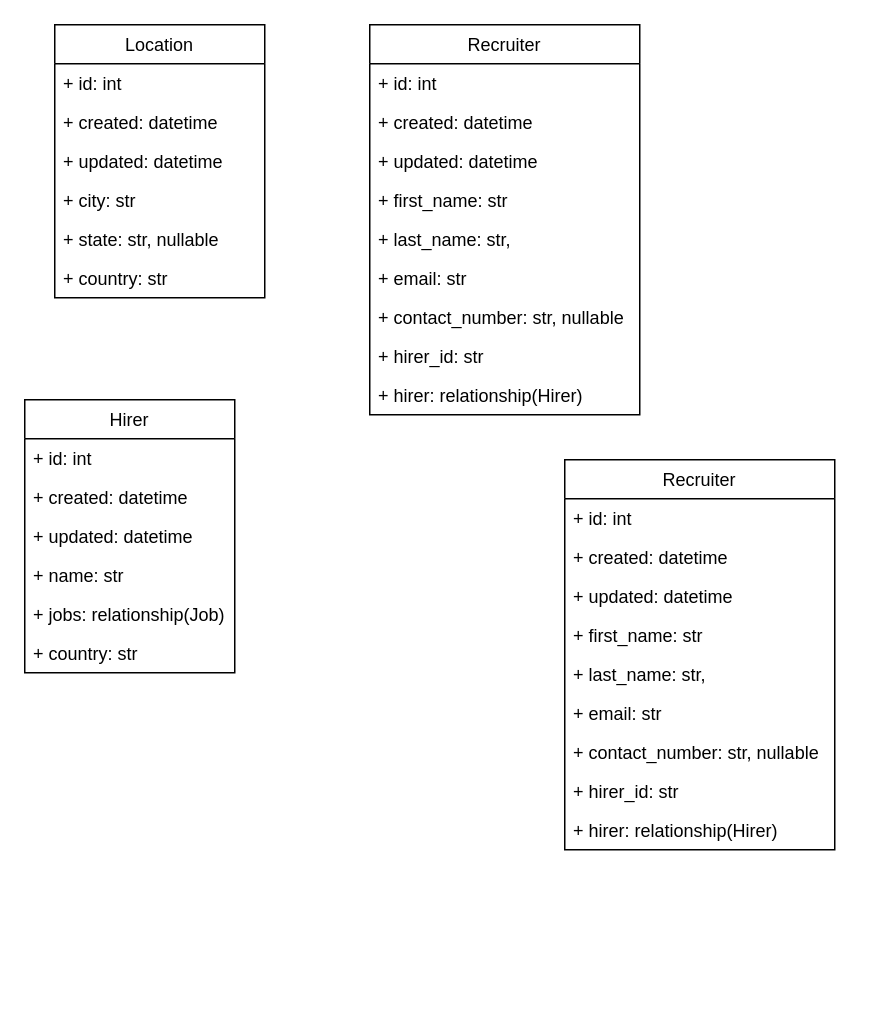
The draw.io diagram Untitled Diagram.drawio in abunuwas/conferences-images, before the edit. Source tidied: cells renumbered, new cells numbered last; positions are measured from the earlier drawing's top-left corner, leaving out a move shared by most shapes. Both pictures are drawn from the tidied source at 150%, with x=0, y=0 at pixel (24, 24).
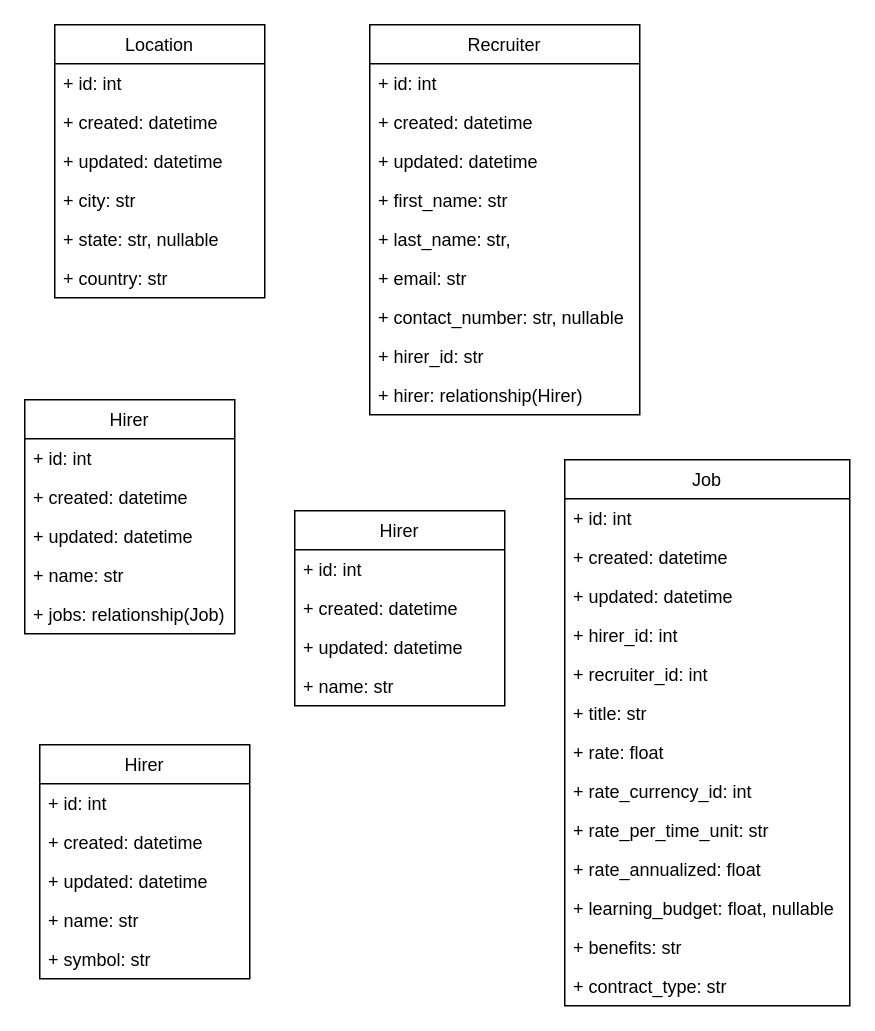
The same page after the edit.

Change to the diagram source:
```diff
@@
-    <mxCell id="19" value="Recruiter" style="swimlane;fontStyle=0;horizontal=1;startSize=26;fillColor=none;" parent="1" vertex="1">
-      <mxGeometry x="360" y="290" width="180" height="260" as="geometry" />
+    <mxCell id="19" value="Job" style="swimlane;fontStyle=0;horizontal=1;startSize=26;fillColor=none;" parent="1" vertex="1">
+      <mxGeometry x="360" y="290" width="190" height="364" as="geometry" />
     </mxCell>
     <mxCell id="20" value="+ id: int" style="text;strokeColor=none;fillColor=none;align=left;verticalAlign=top;spacingLeft=4;spacingRight=4;overflow=hidden;" parent="19" vertex="1">
-      <mxGeometry y="26" width="180" height="26" as="geometry" />
+      <mxGeometry y="26" width="190" height="26" as="geometry" />
     </mxCell>
     <mxCell id="21" value="+ created: datetime" style="text;strokeColor=none;fillColor=none;align=left;verticalAlign=top;spacingLeft=4;spacingRight=4;overflow=hidden;" parent="19" vertex="1">
-      <mxGeometry y="52" width="180" height="26" as="geometry" />
+      <mxGeometry y="52" width="190" height="26" as="geometry" />
     </mxCell>
     <mxCell id="22" value="+ updated: datetime" style="text;strokeColor=none;fillColor=none;align=left;verticalAlign=top;spacingLeft=4;spacingRight=4;overflow=hidden;" parent="19" vertex="1">
-      <mxGeometry y="78" width="180" height="26" as="geometry" />
+      <mxGeometry y="78" width="190" height="26" as="geometry" />
     </mxCell>
-    <mxCell id="23" value="+ first_name: str" style="text;strokeColor=none;fillColor=none;align=left;verticalAlign=top;spacingLeft=4;spacingRight=4;overflow=hidden;" parent="19" vertex="1">
-      <mxGeometry y="104" width="180" height="26" as="geometry" />
+    <mxCell id="23" value="+ hirer_id: int" style="text;strokeColor=none;fillColor=none;align=left;verticalAlign=top;spacingLeft=4;spacingRight=4;overflow=hidden;" parent="19" vertex="1">
+      <mxGeometry y="104" width="190" height="26" as="geometry" />
     </mxCell>
-    <mxCell id="24" value="+ last_name: str," style="text;strokeColor=none;fillColor=none;align=left;verticalAlign=top;spacingLeft=4;spacingRight=4;overflow=hidden;" parent="19" vertex="1">
-      <mxGeometry y="130" width="180" height="26" as="geometry" />
+    <mxCell id="24" value="+ recruiter_id: int" style="text;strokeColor=none;fillColor=none;align=left;verticalAlign=top;spacingLeft=4;spacingRight=4;overflow=hidden;" parent="19" vertex="1">
+      <mxGeometry y="130" width="190" height="26" as="geometry" />
     </mxCell>
-    <mxCell id="25" value="+ email: str" style="text;strokeColor=none;fillColor=none;align=left;verticalAlign=top;spacingLeft=4;spacingRight=4;overflow=hidden;" parent="19" vertex="1">
-      <mxGeometry y="156" width="180" height="26" as="geometry" />
+    <mxCell id="25" value="+ title: str" style="text;strokeColor=none;fillColor=none;align=left;verticalAlign=top;spacingLeft=4;spacingRight=4;overflow=hidden;" parent="19" vertex="1">
+      <mxGeometry y="156" width="190" height="26" as="geometry" />
     </mxCell>
-    <mxCell id="26" value="+ contact_number: str, nullable" style="text;strokeColor=none;fillColor=none;align=left;verticalAlign=top;spacingLeft=4;spacingRight=4;overflow=hidden;" parent="19" vertex="1">
-      <mxGeometry y="182" width="180" height="26" as="geometry" />
+    <mxCell id="26" value="+ rate: float" style="text;strokeColor=none;fillColor=none;align=left;verticalAlign=top;spacingLeft=4;spacingRight=4;overflow=hidden;" parent="19" vertex="1">
+      <mxGeometry y="182" width="190" height="26" as="geometry" />
     </mxCell>
-    <mxCell id="27" value="+ hirer_id: str" style="text;strokeColor=none;fillColor=none;align=left;verticalAlign=top;spacingLeft=4;spacingRight=4;overflow=hidden;" parent="19" vertex="1">
-      <mxGeometry y="208" width="180" height="26" as="geometry" />
+    <mxCell id="27" value="+ rate_currency_id: int" style="text;strokeColor=none;fillColor=none;align=left;verticalAlign=top;spacingLeft=4;spacingRight=4;overflow=hidden;" parent="19" vertex="1">
+      <mxGeometry y="208" width="190" height="26" as="geometry" />
     </mxCell>
-    <mxCell id="28" value="+ hirer: relationship(Hirer)" style="text;strokeColor=none;fillColor=none;align=left;verticalAlign=top;spacingLeft=4;spacingRight=4;overflow=hidden;" parent="19" vertex="1">
-      <mxGeometry y="234" width="180" height="26" as="geometry" />
+    <mxCell id="28" value="+ rate_per_time_unit: str" style="text;strokeColor=none;fillColor=none;align=left;verticalAlign=top;spacingLeft=4;spacingRight=4;overflow=hidden;" parent="19" vertex="1">
+      <mxGeometry y="234" width="190" height="26" as="geometry" />
     </mxCell>
+    <mxCell id="36" value="+ rate_annualized: float" style="text;strokeColor=none;fillColor=none;align=left;verticalAlign=top;spacingLeft=4;spacingRight=4;overflow=hidden;" parent="19" vertex="1">
+      <mxGeometry y="260" width="190" height="26" as="geometry" />
+    </mxCell>
+    <mxCell id="37" value="+ learning_budget: float, nullable" style="text;strokeColor=none;fillColor=none;align=left;verticalAlign=top;spacingLeft=4;spacingRight=4;overflow=hidden;" parent="19" vertex="1">
+      <mxGeometry y="286" width="190" height="26" as="geometry" />
+    </mxCell>
+    <mxCell id="38" value="+ benefits: str" style="text;strokeColor=none;fillColor=none;align=left;verticalAlign=top;spacingLeft=4;spacingRight=4;overflow=hidden;" parent="19" vertex="1">
+      <mxGeometry y="312" width="190" height="26" as="geometry" />
+    </mxCell>
+    <mxCell id="39" value="+ contract_type: str" style="text;strokeColor=none;fillColor=none;align=left;verticalAlign=top;spacingLeft=4;spacingRight=4;overflow=hidden;" parent="19" vertex="1">
+      <mxGeometry y="338" width="190" height="26" as="geometry" />
+    </mxCell>
     <mxCell id="29" value="Hirer" style="swimlane;fontStyle=0;horizontal=1;startSize=26;fillColor=none;" parent="1" vertex="1">
-      <mxGeometry y="250" width="140" height="182" as="geometry" />
+      <mxGeometry y="250" width="140" height="156" as="geometry" />
     </mxCell>
@@
-    <mxCell id="35" value="+ country: str" style="text;strokeColor=none;fillColor=none;align=left;verticalAlign=top;spacingLeft=4;spacingRight=4;overflow=hidden;" parent="29" vertex="1">
-      <mxGeometry y="156" width="140" height="26" as="geometry" />
-    </mxCell>
+    <mxCell id="40" value="Hirer" style="swimlane;fontStyle=0;horizontal=1;startSize=26;fillColor=none;" parent="1" vertex="1">
+      <mxGeometry x="180" y="324" width="140" height="130" as="geometry" />
+    </mxCell>
+    <mxCell id="41" value="+ id: int" style="text;strokeColor=none;fillColor=none;align=left;verticalAlign=top;spacingLeft=4;spacingRight=4;overflow=hidden;" parent="40" vertex="1">
+      <mxGeometry y="26" width="140" height="26" as="geometry" />
+    </mxCell>
+    <mxCell id="42" value="+ created: datetime" style="text;strokeColor=none;fillColor=none;align=left;verticalAlign=top;spacingLeft=4;spacingRight=4;overflow=hidden;" parent="40" vertex="1">
+      <mxGeometry y="52" width="140" height="26" as="geometry" />
+    </mxCell>
+    <mxCell id="43" value="+ updated: datetime" style="text;strokeColor=none;fillColor=none;align=left;verticalAlign=top;spacingLeft=4;spacingRight=4;overflow=hidden;" parent="40" vertex="1">
+      <mxGeometry y="78" width="140" height="26" as="geometry" />
+    </mxCell>
+    <mxCell id="44" value="+ name: str" style="text;strokeColor=none;fillColor=none;align=left;verticalAlign=top;spacingLeft=4;spacingRight=4;overflow=hidden;" parent="40" vertex="1">
+      <mxGeometry y="104" width="140" height="26" as="geometry" />
+    </mxCell>
+    <mxCell id="45" value="Hirer" style="swimlane;fontStyle=0;horizontal=1;startSize=26;fillColor=none;" parent="1" vertex="1">
+      <mxGeometry x="10" y="480" width="140" height="156" as="geometry" />
+    </mxCell>
+    <mxCell id="46" value="+ id: int" style="text;strokeColor=none;fillColor=none;align=left;verticalAlign=top;spacingLeft=4;spacingRight=4;overflow=hidden;" parent="45" vertex="1">
+      <mxGeometry y="26" width="140" height="26" as="geometry" />
+    </mxCell>
+    <mxCell id="47" value="+ created: datetime" style="text;strokeColor=none;fillColor=none;align=left;verticalAlign=top;spacingLeft=4;spacingRight=4;overflow=hidden;" parent="45" vertex="1">
+      <mxGeometry y="52" width="140" height="26" as="geometry" />
+    </mxCell>
+    <mxCell id="48" value="+ updated: datetime" style="text;strokeColor=none;fillColor=none;align=left;verticalAlign=top;spacingLeft=4;spacingRight=4;overflow=hidden;" parent="45" vertex="1">
+      <mxGeometry y="78" width="140" height="26" as="geometry" />
+    </mxCell>
+    <mxCell id="49" value="+ name: str" style="text;strokeColor=none;fillColor=none;align=left;verticalAlign=top;spacingLeft=4;spacingRight=4;overflow=hidden;" parent="45" vertex="1">
+      <mxGeometry y="104" width="140" height="26" as="geometry" />
+    </mxCell>
+    <mxCell id="50" value="+ symbol: str" style="text;strokeColor=none;fillColor=none;align=left;verticalAlign=top;spacingLeft=4;spacingRight=4;overflow=hidden;" parent="45" vertex="1">
+      <mxGeometry y="130" width="140" height="26" as="geometry" />
+    </mxCell>
```
